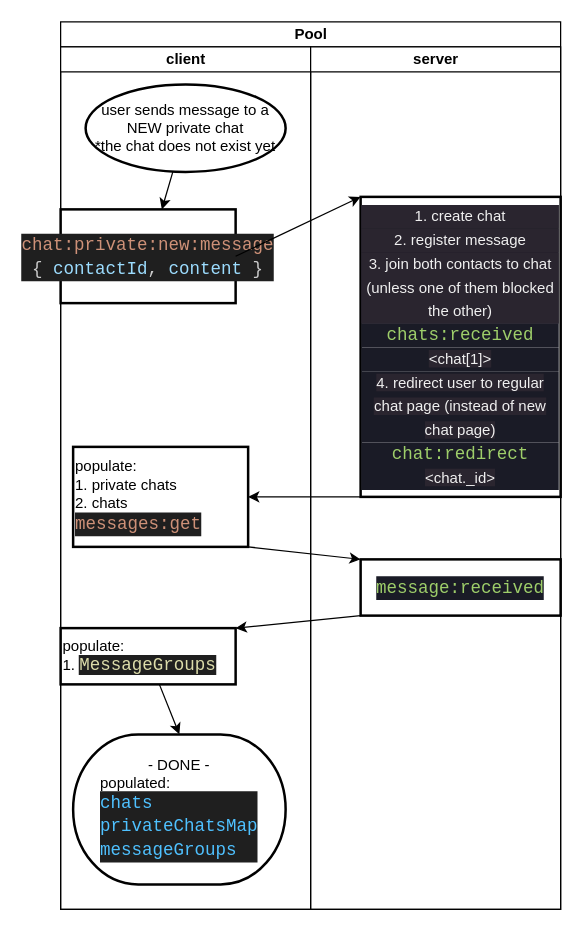
This is page "newGroupChat" (3 of 6) of flows.drawio from DCAG/Messenger, a draw.io file, before an edit. Source tidied: cells renumbered, new cells numbered last; positions are measured from the earlier drawing's top-left corner, leaving out a move shared by most shapes. Both pictures are drawn from the tidied source at 125%, with x=0, y=0 at pixel (60, 21).
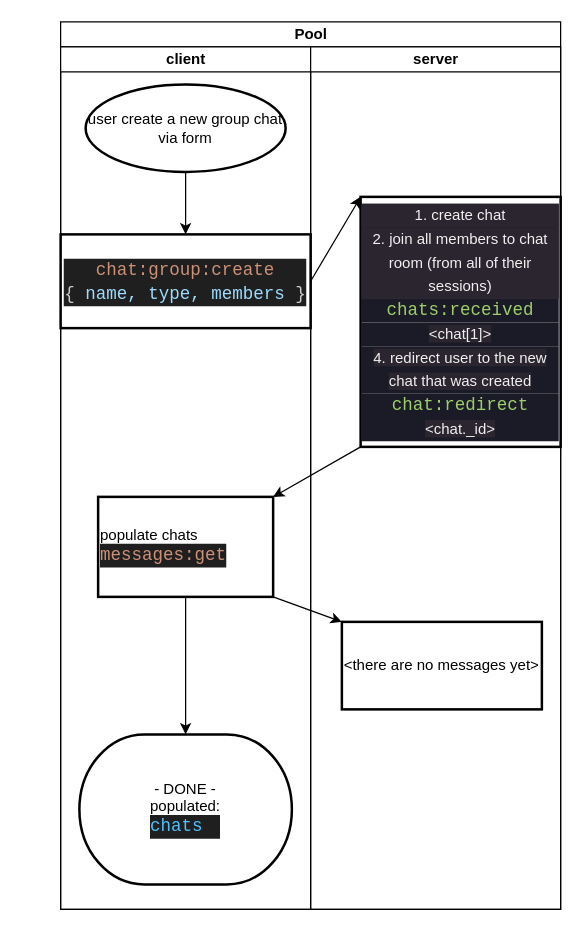
The same diagram, later.

What changed in the source:
```diff
@@
 <mxGraphModel>
   <root>
     <mxCell id="0" />
     <mxCell id="1" parent="0" />
     <mxCell id="2" value="Pool" style="swimlane;startSize=20;html=1;" parent="1" vertex="1">
       <mxGeometry width="400" height="710" as="geometry" />
     </mxCell>
     <mxCell id="3" value="client" style="swimlane;startSize=20;html=1;" parent="2" vertex="1">
       <mxGeometry y="20" width="200" height="690" as="geometry" />
     </mxCell>
     <mxCell id="4" style="edgeStyle=none;html=1;" parent="3" edge="1" source="5" target="6">
       <mxGeometry relative="1" as="geometry" />
     </mxCell>
-    <mxCell id="5" value="user sends message to a NEW private chat&lt;br&gt;*the chat does not exist yet" style="strokeWidth=2;html=1;shape=mxgraph.flowchart.start_2;whiteSpace=wrap;" parent="3" vertex="1">
+    <mxCell id="5" value="user create a new group chat via form" style="strokeWidth=2;html=1;shape=mxgraph.flowchart.start_2;whiteSpace=wrap;" parent="3" vertex="1">
       <mxGeometry x="20" y="30" width="160" height="70" as="geometry" />
     </mxCell>
-    <mxCell id="6" value="&lt;div style=&quot;color: rgb(169, 177, 214); background-color: rgb(26, 27, 38); font-family: Consolas, &amp;quot;Courier New&amp;quot;, monospace; font-size: 14px; line-height: 19px;&quot;&gt;&lt;div style=&quot;color: rgb(204, 204, 204); background-color: rgb(31, 31, 31); line-height: 19px;&quot;&gt;&lt;div style=&quot;line-height: 19px;&quot;&gt;&lt;span style=&quot;color: #ce9178;&quot;&gt;chat:private:new:message&lt;/span&gt;&lt;/div&gt;&lt;div style=&quot;line-height: 19px;&quot;&gt;&lt;div style=&quot;line-height: 19px;&quot;&gt;{ &lt;span style=&quot;color: #9cdcfe;&quot;&gt;contactId&lt;/span&gt;, &lt;span style=&quot;color: #9cdcfe;&quot;&gt;content&lt;/span&gt; }&lt;/div&gt;&lt;/div&gt;&lt;/div&gt;&lt;/div&gt;" style="whiteSpace=wrap;html=1;strokeWidth=2;" parent="3" vertex="1">
-      <mxGeometry y="130" width="140" height="75" as="geometry" />
+    <mxCell id="6" value="&lt;div style=&quot;background-color: rgb(26, 27, 38); font-family: Consolas, &amp;quot;Courier New&amp;quot;, monospace; font-size: 14px; line-height: 19px;&quot;&gt;&lt;div style=&quot;background-color: rgb(31, 31, 31); line-height: 19px;&quot;&gt;&lt;div style=&quot;color: rgb(204, 204, 204); line-height: 19px;&quot;&gt;&lt;div style=&quot;line-height: 19px;&quot;&gt;&lt;span style=&quot;color: #ce9178;&quot;&gt;chat:group:create&lt;/span&gt;&lt;/div&gt;&lt;/div&gt;&lt;div style=&quot;line-height: 19px;&quot;&gt;&lt;div style=&quot;line-height: 19px;&quot;&gt;&lt;font color=&quot;#cccccc&quot;&gt;{ &lt;/font&gt;&lt;font color=&quot;#9cdcfe&quot;&gt;name, type,&lt;/font&gt;&lt;font color=&quot;#cccccc&quot;&gt;&amp;nbsp;&lt;/font&gt;&lt;span style=&quot;color: rgb(156, 220, 254);&quot;&gt;members&lt;/span&gt;&lt;font color=&quot;#cccccc&quot;&gt; }&lt;/font&gt;&lt;/div&gt;&lt;/div&gt;&lt;/div&gt;&lt;/div&gt;" style="whiteSpace=wrap;html=1;strokeWidth=2;" parent="3" vertex="1">
+      <mxGeometry y="150" width="200" height="75" as="geometry" />
     </mxCell>
+    <mxCell id="18" style="edgeStyle=none;html=1;entryX=0.5;entryY=0;entryDx=0;entryDy=0;entryPerimeter=0;" parent="3" edge="1" source="7" target="10">
+      <mxGeometry relative="1" as="geometry" />
+    </mxCell>
-    <mxCell id="7" value="populate:&lt;br&gt;1. private chats&lt;br&gt;&lt;div&gt;&lt;span style=&quot;background-color: initial;&quot;&gt;2. chats&lt;/span&gt;&lt;/div&gt;&lt;div&gt;&lt;div style=&quot;color: rgb(204, 204, 204); background-color: rgb(31, 31, 31); font-family: Consolas, &amp;quot;Courier New&amp;quot;, monospace; font-size: 14px; line-height: 19px;&quot;&gt;&lt;span style=&quot;color: rgb(206, 145, 120);&quot;&gt;messages:get&lt;/span&gt;&lt;/div&gt;&lt;/div&gt;" style="whiteSpace=wrap;html=1;strokeWidth=2;align=left;" parent="3" vertex="1">
-      <mxGeometry x="10" y="320" width="140" height="80" as="geometry" />
+    <mxCell id="7" value="&lt;span style=&quot;background-color: initial;&quot;&gt;populate chats&lt;/span&gt;&lt;br&gt;&lt;div&gt;&lt;div style=&quot;color: rgb(204, 204, 204); background-color: rgb(31, 31, 31); font-family: Consolas, &amp;quot;Courier New&amp;quot;, monospace; font-size: 14px; line-height: 19px;&quot;&gt;&lt;span style=&quot;color: rgb(206, 145, 120);&quot;&gt;messages:get&lt;/span&gt;&lt;/div&gt;&lt;/div&gt;" style="whiteSpace=wrap;html=1;strokeWidth=2;align=left;" parent="3" vertex="1">
+      <mxGeometry x="30" y="360" width="140" height="80" as="geometry" />
     </mxCell>
-    <mxCell id="8" style="edgeStyle=none;html=1;entryX=0.5;entryY=0;entryDx=0;entryDy=0;entryPerimeter=0;" parent="3" edge="1" source="9" target="10">
-      <mxGeometry relative="1" as="geometry" />
-    </mxCell>
-    <mxCell id="9" value="populate:&lt;br&gt;1.&amp;nbsp;&lt;span style=&quot;color: rgb(220, 220, 170); background-color: rgb(31, 31, 31); font-family: Consolas, &amp;quot;Courier New&amp;quot;, monospace; font-size: 14px;&quot;&gt;MessageGroups&lt;/span&gt;" style="whiteSpace=wrap;html=1;align=left;strokeWidth=2;" parent="3" vertex="1">
-      <mxGeometry y="465" width="140" height="45" as="geometry" />
-    </mxCell>
-    <mxCell id="10" value="&lt;div style=&quot;&quot;&gt;&lt;span style=&quot;background-color: initial;&quot;&gt;- DONE -&lt;/span&gt;&lt;/div&gt;&lt;div style=&quot;text-align: left;&quot;&gt;&lt;span style=&quot;background-color: initial;&quot;&gt;populated:&lt;/span&gt;&lt;/div&gt;&lt;div style=&quot;text-align: left;&quot;&gt;&lt;div style=&quot;color: rgb(204, 204, 204); background-color: rgb(31, 31, 31); font-family: Consolas, &amp;quot;Courier New&amp;quot;, monospace; font-size: 14px; line-height: 19px;&quot;&gt;&lt;div style=&quot;line-height: 19px;&quot;&gt;&lt;div style=&quot;line-height: 19px;&quot;&gt;&lt;span style=&quot;color: #4fc1ff;&quot;&gt;chats&lt;/span&gt;&lt;/div&gt;&lt;div style=&quot;line-height: 19px;&quot;&gt;&lt;div style=&quot;line-height: 19px;&quot;&gt;&lt;span style=&quot;color: #4fc1ff;&quot;&gt;privateChatsMap&lt;/span&gt;&lt;/div&gt;&lt;div style=&quot;line-height: 19px;&quot;&gt;&lt;div style=&quot;line-height: 19px;&quot;&gt;&lt;div style=&quot;line-height: 19px;&quot;&gt;&lt;span style=&quot;color: rgb(79, 193, 255);&quot;&gt;messageGroups&lt;/span&gt;&lt;br&gt;&lt;/div&gt;&lt;/div&gt;&lt;/div&gt;&lt;/div&gt;&lt;/div&gt;&lt;/div&gt;&lt;/div&gt;" style="strokeWidth=2;html=1;shape=mxgraph.flowchart.terminator;whiteSpace=wrap;sketch=0;" parent="3" vertex="1">
-      <mxGeometry x="10" y="550" width="170" height="120" as="geometry" />
+    <mxCell id="10" value="&lt;div style=&quot;&quot;&gt;&lt;span style=&quot;background-color: initial;&quot;&gt;- DONE -&lt;/span&gt;&lt;/div&gt;&lt;div style=&quot;text-align: left;&quot;&gt;&lt;span style=&quot;background-color: initial;&quot;&gt;populated:&lt;/span&gt;&lt;/div&gt;&lt;div style=&quot;text-align: left;&quot;&gt;&lt;div style=&quot;color: rgb(204, 204, 204); background-color: rgb(31, 31, 31); font-family: Consolas, &amp;quot;Courier New&amp;quot;, monospace; font-size: 14px; line-height: 19px;&quot;&gt;&lt;div style=&quot;line-height: 19px;&quot;&gt;&lt;div style=&quot;line-height: 19px;&quot;&gt;&lt;span style=&quot;color: #4fc1ff;&quot;&gt;chats&lt;/span&gt;&lt;/div&gt;&lt;/div&gt;&lt;/div&gt;&lt;/div&gt;" style="strokeWidth=2;html=1;shape=mxgraph.flowchart.terminator;whiteSpace=wrap;sketch=0;" parent="3" vertex="1">
+      <mxGeometry x="15" y="550" width="170" height="120" as="geometry" />
     </mxCell>
     <mxCell id="11" value="server" style="swimlane;startSize=20;html=1;" parent="2" vertex="1">
       <mxGeometry x="200" y="20" width="200" height="690" as="geometry" />
     </mxCell>
-    <mxCell id="12" value="&lt;div style=&quot;color: rgb(169, 177, 214); background-color: rgb(26, 27, 38); font-family: Consolas, &amp;quot;Courier New&amp;quot;, monospace; font-size: 14px; line-height: 19px;&quot;&gt;&lt;span style=&quot;color: #9ece6a;&quot;&gt;message:received&lt;/span&gt;&lt;/div&gt;" style="whiteSpace=wrap;html=1;align=center;strokeWidth=2;" parent="11" vertex="1">
-      <mxGeometry x="40" y="410" width="160" height="45" as="geometry" />
+    <mxCell id="12" value="&lt;div style=&quot;text-align: left;&quot;&gt;&lt;span style=&quot;background-color: initial;&quot;&gt;&amp;lt;there are no messages yet&amp;gt;&lt;/span&gt;&lt;/div&gt;" style="whiteSpace=wrap;html=1;align=center;strokeWidth=2;" parent="11" vertex="1">
+      <mxGeometry x="25" y="460" width="160" height="70" as="geometry" />
     </mxCell>
-    <mxCell id="13" value="&lt;div style=&quot;font-family: Consolas, &amp;quot;Courier New&amp;quot;, monospace; font-size: 14px; color: rgb(169, 177, 214); background-color: rgb(26, 27, 38); line-height: 19px;&quot;&gt;&lt;div style=&quot;color: rgb(240, 240, 240); font-family: Helvetica; font-size: 12px; background-color: rgb(42, 37, 47); line-height: 19px;&quot;&gt;1. create chat&lt;/div&gt;&lt;div style=&quot;color: rgb(240, 240, 240); font-family: Helvetica; font-size: 12px; background-color: rgb(42, 37, 47); line-height: 19px;&quot;&gt;2. register message&lt;/div&gt;&lt;div style=&quot;color: rgb(240, 240, 240); font-family: Helvetica; font-size: 12px; background-color: rgb(42, 37, 47); line-height: 19px;&quot;&gt;3. join both contacts to chat (unless one of them blocked the other)&lt;/div&gt;&lt;/div&gt;&lt;div style=&quot;font-family: Consolas, &amp;quot;Courier New&amp;quot;, monospace; font-size: 14px; color: rgb(169, 177, 214); background-color: rgb(26, 27, 38); line-height: 19px;&quot;&gt;&lt;span style=&quot;color: rgb(158, 206, 106);&quot;&gt;chats:received&lt;/span&gt;&lt;/div&gt;&lt;div style=&quot;font-family: Consolas, &amp;quot;Courier New&amp;quot;, monospace; font-size: 14px; color: rgb(169, 177, 214); background-color: rgb(26, 27, 38); line-height: 19px;&quot;&gt;&lt;span style=&quot;color: rgb(240, 240, 240); font-family: Helvetica; font-size: 12px; background-color: rgb(42, 37, 47);&quot;&gt;&amp;lt;chat[1]&amp;gt;&lt;/span&gt;&lt;/div&gt;&lt;div style=&quot;font-family: Consolas, &amp;quot;Courier New&amp;quot;, monospace; font-size: 14px; color: rgb(169, 177, 214); background-color: rgb(26, 27, 38); line-height: 19px;&quot;&gt;&lt;span style=&quot;color: rgb(240, 240, 240); font-family: Helvetica; font-size: 12px; background-color: rgb(42, 37, 47);&quot;&gt;4. redirect user to regular chat page (instead of new chat page)&lt;/span&gt;&lt;/div&gt;&lt;div style=&quot;font-family: Consolas, &amp;quot;Courier New&amp;quot;, monospace; font-size: 14px; color: rgb(169, 177, 214); background-color: rgb(26, 27, 38); line-height: 19px;&quot;&gt;&lt;div style=&quot;line-height: 19px;&quot;&gt;&lt;div style=&quot;line-height: 19px;&quot;&gt;&lt;span style=&quot;color: rgb(158, 206, 106);&quot;&gt;chat:redirect&lt;/span&gt;&lt;/div&gt;&lt;/div&gt;&lt;div style=&quot;line-height: 19px;&quot;&gt;&lt;span style=&quot;color: rgb(240, 240, 240); font-family: Helvetica; font-size: 12px; background-color: rgb(42, 37, 47);&quot;&gt;&amp;lt;chat._id&amp;gt;&lt;/span&gt;&lt;/div&gt;&lt;/div&gt;&lt;div style=&quot;color: rgb(169, 177, 214); background-color: rgb(26, 27, 38); font-family: Consolas, &amp;quot;Courier New&amp;quot;, monospace; font-size: 14px; line-height: 19px;&quot;&gt;&lt;/div&gt;" style="whiteSpace=wrap;html=1;strokeWidth=2;" parent="11" vertex="1">
-      <mxGeometry x="40" y="120" width="160" height="240" as="geometry" />
+    <mxCell id="13" value="&lt;div style=&quot;font-family: Consolas, &amp;quot;Courier New&amp;quot;, monospace; font-size: 14px; color: rgb(169, 177, 214); background-color: rgb(26, 27, 38); line-height: 19px;&quot;&gt;&lt;div style=&quot;color: rgb(240, 240, 240); font-family: Helvetica; font-size: 12px; background-color: rgb(42, 37, 47); line-height: 19px;&quot;&gt;1. create chat&lt;/div&gt;&lt;div style=&quot;color: rgb(240, 240, 240); font-family: Helvetica; font-size: 12px; background-color: rgb(42, 37, 47); line-height: 19px;&quot;&gt;2. join all members to chat room (from all of their sessions)&lt;/div&gt;&lt;/div&gt;&lt;div style=&quot;font-family: Consolas, &amp;quot;Courier New&amp;quot;, monospace; font-size: 14px; color: rgb(169, 177, 214); background-color: rgb(26, 27, 38); line-height: 19px;&quot;&gt;&lt;span style=&quot;color: rgb(158, 206, 106);&quot;&gt;chats:received&lt;/span&gt;&lt;/div&gt;&lt;div style=&quot;font-family: Consolas, &amp;quot;Courier New&amp;quot;, monospace; font-size: 14px; color: rgb(169, 177, 214); background-color: rgb(26, 27, 38); line-height: 19px;&quot;&gt;&lt;span style=&quot;color: rgb(240, 240, 240); font-family: Helvetica; font-size: 12px; background-color: rgb(42, 37, 47);&quot;&gt;&amp;lt;chat[1]&amp;gt;&lt;/span&gt;&lt;/div&gt;&lt;div style=&quot;font-family: Consolas, &amp;quot;Courier New&amp;quot;, monospace; font-size: 14px; color: rgb(169, 177, 214); background-color: rgb(26, 27, 38); line-height: 19px;&quot;&gt;&lt;span style=&quot;color: rgb(240, 240, 240); font-family: Helvetica; font-size: 12px; background-color: rgb(42, 37, 47);&quot;&gt;4. redirect user to the new chat that was created&lt;/span&gt;&lt;/div&gt;&lt;div style=&quot;font-family: Consolas, &amp;quot;Courier New&amp;quot;, monospace; font-size: 14px; color: rgb(169, 177, 214); background-color: rgb(26, 27, 38); line-height: 19px;&quot;&gt;&lt;div style=&quot;line-height: 19px;&quot;&gt;&lt;div style=&quot;line-height: 19px;&quot;&gt;&lt;span style=&quot;color: rgb(158, 206, 106);&quot;&gt;chat:redirect&lt;/span&gt;&lt;/div&gt;&lt;/div&gt;&lt;div style=&quot;line-height: 19px;&quot;&gt;&lt;span style=&quot;color: rgb(240, 240, 240); font-family: Helvetica; font-size: 12px; background-color: rgb(42, 37, 47);&quot;&gt;&amp;lt;chat._id&amp;gt;&lt;/span&gt;&lt;/div&gt;&lt;/div&gt;&lt;div style=&quot;color: rgb(169, 177, 214); background-color: rgb(26, 27, 38); font-family: Consolas, &amp;quot;Courier New&amp;quot;, monospace; font-size: 14px; line-height: 19px;&quot;&gt;&lt;/div&gt;" style="whiteSpace=wrap;html=1;strokeWidth=2;" parent="11" vertex="1">
+      <mxGeometry x="40" y="120" width="160" height="200" as="geometry" />
     </mxCell>
     <mxCell id="14" style="edgeStyle=none;html=1;exitX=1;exitY=1;exitDx=0;exitDy=0;entryX=0;entryY=0;entryDx=0;entryDy=0;" parent="2" edge="1" source="7" target="12">
       <mxGeometry relative="1" as="geometry" />
     </mxCell>
-    <mxCell id="15" style="edgeStyle=none;html=1;entryX=1;entryY=0;entryDx=0;entryDy=0;exitX=0;exitY=1;exitDx=0;exitDy=0;" parent="2" edge="1" source="12" target="9">
-      <mxGeometry relative="1" as="geometry" />
-    </mxCell>
-    <mxCell id="16" style="edgeStyle=none;html=1;exitX=0;exitY=1;exitDx=0;exitDy=0;" parent="2" edge="1" source="13" target="7">
+    <mxCell id="16" style="edgeStyle=none;html=1;exitX=0;exitY=1;exitDx=0;exitDy=0;entryX=1;entryY=0;entryDx=0;entryDy=0;" parent="2" edge="1" source="13" target="7">
       <mxGeometry relative="1" as="geometry" />
     </mxCell>
     <mxCell id="17" style="edgeStyle=none;html=1;entryX=0;entryY=0;entryDx=0;entryDy=0;exitX=1;exitY=0.5;exitDx=0;exitDy=0;" parent="2" edge="1" source="6" target="13">
       <mxGeometry relative="1" as="geometry" />
     </mxCell>
   </root>
 </mxGraphModel>
```
